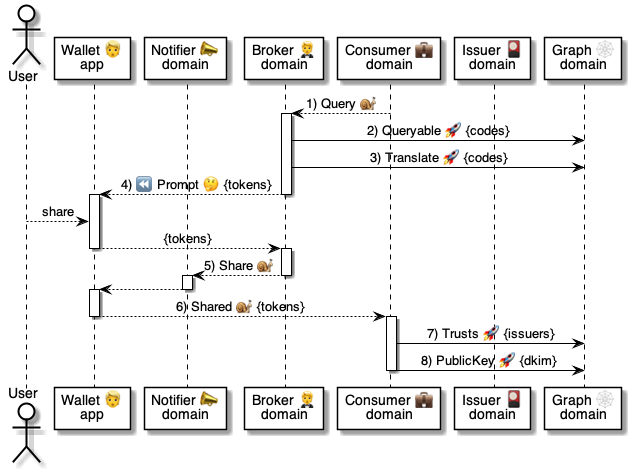
pollyweb-org/pollyweb-docs keeps this PlantUML diagram as 5 ⏩ Flows/20 💼⏩ Consumers/.📎 Assets/⚙️ Query Token.png. Above is the earlier version. Its source is kept beside it as 5 ⏩ Flows/20 💼⏩ Consumers/.📎 Assets/⚙️ Query Token.puml.
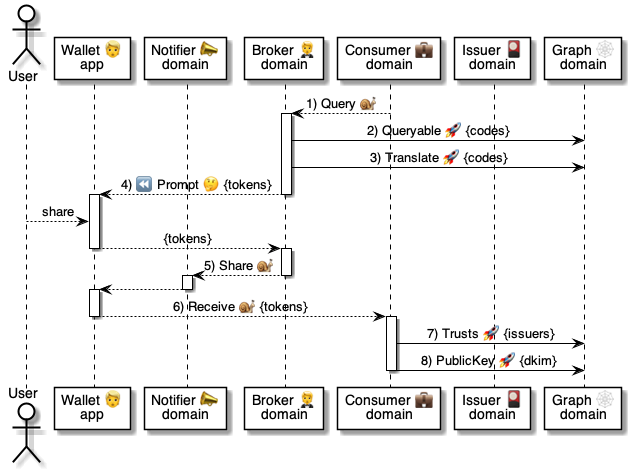
The same diagram one commit later.

What changed in the source:
```diff
@@ -34,7 +34,7 @@
     deactivate notifier
 
     activate wallet
-        wallet --> consumer: 6) Shared 🐌 {tokens}
+        wallet --> consumer: 6) Receive 🐌 {tokens}
     deactivate wallet
 
     activate consumer
```
